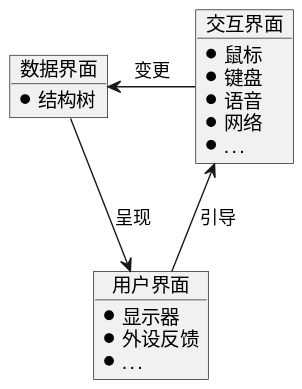
This is static/img/danos/ui-arch-three-interfaces.svg from crazydan-studio/studio.crazydan.org, a PlantUML export, as it was before one commit. Its diagram source:
```plantuml
@startuml
object "数据界面" as data_inf {
  *结构树
}
object "用户界面" as user_inf {
  *显示器
  *外设反馈
  *...
}
object "交互界面" as interact_inf {
  *鼠标
  *键盘
  *语音
  *网络
  *...
}

user_inf -up-> interact_inf : 引导
data_inf -down-> user_inf : 呈现
interact_inf -left-> data_inf : 变更
@enduml
```
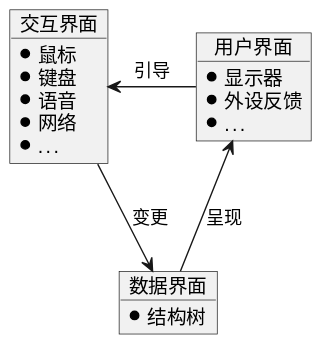
After the change.

Diff of the diagram source:
```diff
@@ -2,11 +2,13 @@
 object "数据界面" as data_inf {
   *结构树
 }
+
 object "用户界面" as user_inf {
   *显示器
   *外设反馈
   *...
 }
+
 object "交互界面" as interact_inf {
   *鼠标
   *键盘
@@ -15,7 +17,7 @@
   *...
 }
 
-user_inf -up-> interact_inf : 引导
-data_inf -down-> user_inf : 呈现
-interact_inf -left-> data_inf : 变更
+user_inf -left-> interact_inf : 引导
+interact_inf -down-> data_inf : 变更
+data_inf -up-> user_inf : 呈现
 @enduml
```
